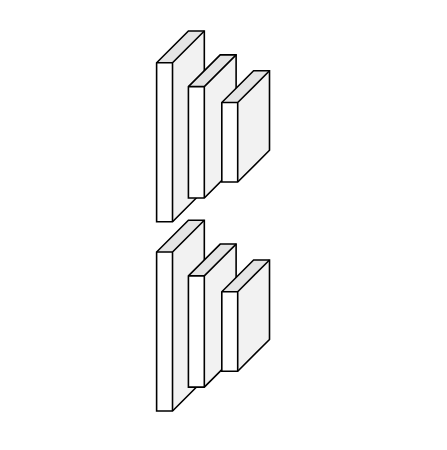
This is Untitled Diagram.drawio from APVGITHUB/stereo-fpga, a draw.io file, before an edit. Source tidied: cells renumbered, new cells numbered last; positions are measured from the earlier drawing's top-left corner, leaving out a move shared by most shapes. Both pictures are drawn from the tidied source at 159%, with x=0, y=0 at pixel (84, 102).
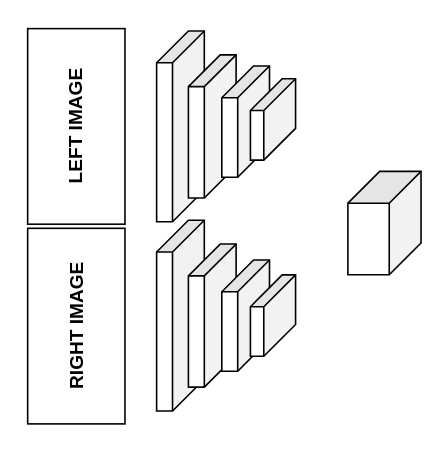
The same page after the edit.

Diff of the diagram source:
```diff
@@
 <mxGraphModel>
   <root>
     <mxCell id="0" />
     <mxCell id="1" parent="0" />
     <mxCell id="2" style="shape=cube;whiteSpace=wrap;html=1;boundedLbl=1;backgroundOutline=1;darkOpacity=0.05;darkOpacity2=0.1;rotation=90;" parent="1" vertex="1">
       <mxGeometry width="120" height="30" as="geometry" />
     </mxCell>
     <mxCell id="3" style="shape=cube;whiteSpace=wrap;html=1;boundedLbl=1;backgroundOutline=1;darkOpacity=0.05;darkOpacity2=0.1;rotation=90;" parent="1" vertex="1">
       <mxGeometry x="35" width="90" height="30" as="geometry" />
     </mxCell>
     <mxCell id="4" style="shape=cube;whiteSpace=wrap;html=1;boundedLbl=1;backgroundOutline=1;darkOpacity=0.05;darkOpacity2=0.1;rotation=90;" parent="1" vertex="1">
-      <mxGeometry x="66" width="70" height="30" as="geometry" />
+      <mxGeometry x="66" y="-3" width="70" height="30" as="geometry" />
     </mxCell>
     <mxCell id="5" style="shape=cube;whiteSpace=wrap;html=1;boundedLbl=1;backgroundOutline=1;darkOpacity=0.05;darkOpacity2=0.1;rotation=90;" parent="1" vertex="1">
       <mxGeometry y="119" width="120" height="30" as="geometry" />
     </mxCell>
     <mxCell id="6" style="shape=cube;whiteSpace=wrap;html=1;boundedLbl=1;backgroundOutline=1;darkOpacity=0.05;darkOpacity2=0.1;rotation=90;" parent="1" vertex="1">
       <mxGeometry x="35" y="119" width="90" height="30" as="geometry" />
     </mxCell>
     <mxCell id="7" style="shape=cube;whiteSpace=wrap;html=1;boundedLbl=1;backgroundOutline=1;darkOpacity=0.05;darkOpacity2=0.1;rotation=90;" parent="1" vertex="1">
       <mxGeometry x="66" y="119" width="70" height="30" as="geometry" />
     </mxCell>
+    <mxCell id="8" style="shape=cube;whiteSpace=wrap;html=1;boundedLbl=1;backgroundOutline=1;darkOpacity=0.05;darkOpacity2=0.1;rotation=90;" parent="1" vertex="1">
+      <mxGeometry x="92.6" y="-3.6" width="51.2" height="28.4" as="geometry" />
+    </mxCell>
+    <mxCell id="9" style="shape=cube;whiteSpace=wrap;html=1;boundedLbl=1;backgroundOutline=1;darkOpacity=0.05;darkOpacity2=0.1;rotation=90;" parent="1" vertex="1">
+      <mxGeometry x="92.6" y="119.8" width="51.2" height="28.4" as="geometry" />
+    </mxCell>
+    <mxCell id="10" value="&lt;b&gt;LEFT IMAGE&lt;/b&gt;" style="rounded=0;whiteSpace=wrap;html=1;rotation=-90;" parent="1" vertex="1">
+      <mxGeometry x="-67" y="-15.6" width="123" height="61.2" as="geometry" />
+    </mxCell>
+    <mxCell id="11" value="&lt;b&gt;RIGHT IMAGE&lt;/b&gt;" style="rounded=0;whiteSpace=wrap;html=1;rotation=-90;" parent="1" vertex="1">
+      <mxGeometry x="-67" y="110" width="123" height="61.2" as="geometry" />
+    </mxCell>
+    <mxCell id="12" style="shape=cube;whiteSpace=wrap;html=1;boundedLbl=1;backgroundOutline=1;darkOpacity=0.05;darkOpacity2=0.1;rotation=90;" parent="1" vertex="1">
+      <mxGeometry x="155.8" y="52.8" width="65" height="46" as="geometry" />
+    </mxCell>
   </root>
 </mxGraphModel>
```
